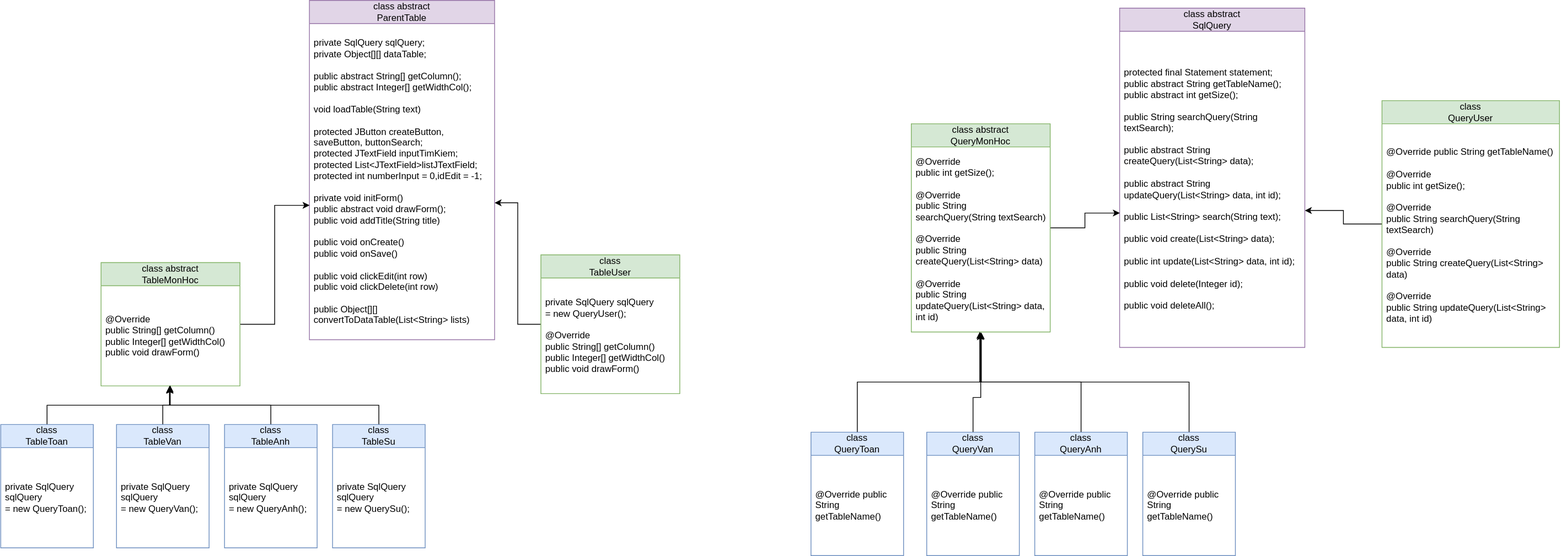
hieubap/BTL_LTNC keeps this draw.io diagram as quan-ly-hoc-sinh.drawio.svg. Above is the earlier version. Source tidied: cells renumbered, new cells last; positions are measured from the earlier drawing's top-left corner, leaving out a move shared by most shapes. Source of this version:
```xml
<mxGraphModel>
  <root>
    <mxCell id="0" />
    <mxCell id="1" parent="0" />
    <mxCell id="2" value="class abstract&lt;br&gt;ParentTable" style="swimlane;fontStyle=0;horizontal=1;startSize=30;whiteSpace=wrap;html=1;fillColor=#e1d5e7;strokeColor=#9673a6;" parent="1" vertex="1">
      <mxGeometry x="400" width="240" height="440" as="geometry" />
    </mxCell>
    <mxCell id="3" value="private SqlQuery sqlQuery; &lt;br&gt;private Object[][] dataTable;&lt;br&gt;&lt;br&gt;public abstract String[] getColumn(); &lt;br&gt;public abstract Integer[] getWidthCol();&lt;br&gt;&lt;br&gt;void loadTable(String text)&lt;br&gt;&lt;br&gt;protected JButton createButton, saveButton, buttonSearch; &lt;br&gt;protected JTextField inputTimKiem; protected List&amp;lt;JTextField&amp;gt;listJTextField; &lt;br&gt;protected int numberInput = 0,idEdit = -1;&lt;br&gt;&lt;br&gt;private void initForm()&lt;br&gt;public abstract void drawForm(); &lt;br&gt;public void addTitle(String title)&lt;br&gt;&lt;br&gt;public void onCreate()&lt;br&gt;public void onSave()&lt;br&gt;&lt;br&gt;public void clickEdit(int row)&lt;br&gt;public void clickDelete(int row)&lt;br&gt;&lt;br&gt;public Object[][] convertToDataTable(List&amp;lt;String&amp;gt; lists)&lt;br&gt;" style="text;strokeColor=none;fillColor=none;align=left;verticalAlign=middle;spacingLeft=4;spacingRight=4;overflow=hidden;points=[[0,0.5],[1,0.5]];portConstraint=eastwest;whiteSpace=wrap;html=1;" parent="2" vertex="1">
      <mxGeometry y="30" width="240" height="410" as="geometry" />
    </mxCell>
    <mxCell id="4" style="edgeStyle=orthogonalEdgeStyle;rounded=0;jettySize=auto;html=1;entryX=0.001;entryY=0.575;entryDx=0;entryDy=0;entryPerimeter=0;" parent="1" edge="1" source="5" target="3">
      <mxGeometry relative="1" as="geometry" />
    </mxCell>
    <mxCell id="5" value="class abstract&lt;br&gt;TableMonHoc" style="swimlane;fontStyle=0;horizontal=1;startSize=30;whiteSpace=wrap;html=1;fillColor=#d5e8d4;strokeColor=#82b366;" parent="1" vertex="1">
      <mxGeometry x="130" y="340" width="180" height="160" as="geometry" />
    </mxCell>
    <mxCell id="6" value="@Override&lt;br&gt;public String[] getColumn()&lt;br&gt;public Integer[] getWidthCol()&lt;br&gt;public void drawForm()&lt;br&gt;" style="text;strokeColor=none;fillColor=none;align=left;verticalAlign=middle;spacingLeft=4;spacingRight=4;overflow=hidden;points=[[0,0.5],[1,0.5]];portConstraint=eastwest;whiteSpace=wrap;html=1;" parent="5" vertex="1">
      <mxGeometry y="30" width="180" height="130" as="geometry" />
    </mxCell>
    <mxCell id="7" style="edgeStyle=orthogonalEdgeStyle;rounded=0;jettySize=auto;html=1;entryX=0.497;entryY=0.993;entryDx=0;entryDy=0;entryPerimeter=0;" parent="1" edge="1" source="8" target="6">
      <mxGeometry relative="1" as="geometry" />
    </mxCell>
    <mxCell id="8" value="class&lt;br&gt;TableToan" style="swimlane;fontStyle=0;horizontal=1;startSize=30;whiteSpace=wrap;html=1;fillColor=#dae8fc;strokeColor=#6c8ebf;" parent="1" vertex="1">
      <mxGeometry y="550" width="120" height="160" as="geometry" />
    </mxCell>
    <mxCell id="9" value="private SqlQuery sqlQuery&lt;br&gt;= new QueryToan();" style="text;strokeColor=none;fillColor=none;align=left;verticalAlign=middle;spacingLeft=4;spacingRight=4;overflow=hidden;whiteSpace=wrap;html=1;" parent="8" vertex="1">
      <mxGeometry y="30" width="120" height="130" as="geometry" />
    </mxCell>
    <mxCell id="10" style="edgeStyle=orthogonalEdgeStyle;rounded=0;jettySize=auto;html=1;entryX=0.497;entryY=1.006;entryDx=0;entryDy=0;entryPerimeter=0;" parent="1" edge="1" source="11" target="6">
      <mxGeometry relative="1" as="geometry" />
    </mxCell>
    <mxCell id="11" value="class&lt;br&gt;TableVan" style="swimlane;fontStyle=0;horizontal=1;startSize=30;whiteSpace=wrap;html=1;fillColor=#dae8fc;strokeColor=#6c8ebf;" parent="1" vertex="1">
      <mxGeometry x="150" y="550" width="120" height="160" as="geometry" />
    </mxCell>
    <mxCell id="12" value="private SqlQuery sqlQuery&lt;br&gt;= new QueryVan();" style="text;strokeColor=none;fillColor=none;align=left;verticalAlign=middle;spacingLeft=4;spacingRight=4;overflow=hidden;whiteSpace=wrap;html=1;" parent="11" vertex="1">
      <mxGeometry y="30" width="120" height="130" as="geometry" />
    </mxCell>
    <mxCell id="13" style="edgeStyle=orthogonalEdgeStyle;rounded=0;jettySize=auto;html=1;entryX=0.493;entryY=1.006;entryDx=0;entryDy=0;entryPerimeter=0;" parent="1" edge="1" source="14" target="6">
      <mxGeometry relative="1" as="geometry" />
    </mxCell>
    <mxCell id="14" value="class&lt;br&gt;TableAnh" style="swimlane;fontStyle=0;horizontal=1;startSize=30;whiteSpace=wrap;html=1;fillColor=#dae8fc;strokeColor=#6c8ebf;" parent="1" vertex="1">
      <mxGeometry x="290" y="550" width="120" height="160" as="geometry" />
    </mxCell>
    <mxCell id="15" value="private SqlQuery sqlQuery&lt;br&gt;= new QueryAnh();" style="text;strokeColor=none;fillColor=none;align=left;verticalAlign=middle;spacingLeft=4;spacingRight=4;overflow=hidden;whiteSpace=wrap;html=1;" parent="14" vertex="1">
      <mxGeometry y="30" width="120" height="130" as="geometry" />
    </mxCell>
    <mxCell id="16" style="edgeStyle=orthogonalEdgeStyle;rounded=0;jettySize=auto;html=1;entryX=0.493;entryY=0.999;entryDx=0;entryDy=0;entryPerimeter=0;" parent="1" edge="1" source="17" target="6">
      <mxGeometry relative="1" as="geometry" />
    </mxCell>
    <mxCell id="17" value="class&lt;br&gt;TableSu" style="swimlane;fontStyle=0;horizontal=1;startSize=30;whiteSpace=wrap;html=1;fillColor=#dae8fc;strokeColor=#6c8ebf;" parent="1" vertex="1">
      <mxGeometry x="430" y="550" width="120" height="160" as="geometry" />
    </mxCell>
    <mxCell id="18" value="private SqlQuery sqlQuery&lt;br&gt;= new QuerySu();" style="text;strokeColor=none;fillColor=none;align=left;verticalAlign=middle;spacingLeft=4;spacingRight=4;overflow=hidden;whiteSpace=wrap;html=1;" parent="17" vertex="1">
      <mxGeometry y="30" width="120" height="130" as="geometry" />
    </mxCell>
    <mxCell id="19" style="edgeStyle=orthogonalEdgeStyle;rounded=0;jettySize=auto;html=1;entryX=1;entryY=0.567;entryDx=0;entryDy=0;entryPerimeter=0;" parent="1" edge="1" source="20" target="3">
      <mxGeometry relative="1" as="geometry" />
    </mxCell>
    <mxCell id="20" value="class&lt;br&gt;TableUser" style="swimlane;fontStyle=0;horizontal=1;startSize=30;whiteSpace=wrap;html=1;fillColor=#d5e8d4;strokeColor=#82b366;" parent="1" vertex="1">
      <mxGeometry x="700" y="330" width="180" height="180" as="geometry" />
    </mxCell>
    <mxCell id="21" value="private SqlQuery sqlQuery&lt;br&gt;= new QueryUser();&lt;br&gt;&lt;br&gt;@Override&lt;br&gt;public String[] getColumn()&lt;br&gt;public Integer[] getWidthCol()&lt;br&gt;public void drawForm()" style="text;strokeColor=none;fillColor=none;align=left;verticalAlign=middle;spacingLeft=4;spacingRight=4;overflow=hidden;whiteSpace=wrap;html=1;" parent="20" vertex="1">
      <mxGeometry y="30" width="180" height="150" as="geometry" />
    </mxCell>
    <mxCell id="22" value="class abstract&lt;br&gt;SqlQuery" style="swimlane;fontStyle=0;horizontal=1;startSize=30;whiteSpace=wrap;html=1;fillColor=#e1d5e7;strokeColor=#9673a6;" parent="1" vertex="1">
      <mxGeometry x="1450" y="10" width="240" height="440" as="geometry" />
    </mxCell>
    <mxCell id="23" value="protected final Statement statement;&lt;br&gt;public abstract String getTableName(); public abstract int getSize(); &lt;br&gt;&lt;br&gt;public String searchQuery(String textSearch);&lt;br&gt;&lt;br&gt;public abstract String createQuery(List&amp;lt;String&amp;gt; data); &lt;br&gt;&lt;br&gt;public abstract String updateQuery(List&amp;lt;String&amp;gt; data, int id);&lt;br&gt;&lt;br&gt;public List&amp;lt;String&amp;gt; search(String text);&lt;br&gt;&lt;br&gt;public void create(List&amp;lt;String&amp;gt; data);&lt;br&gt;&lt;br&gt;public int update(List&amp;lt;String&amp;gt; data, int id);&lt;br&gt;&lt;br&gt;public void delete(Integer id);&lt;br&gt;&lt;br&gt;public void deleteAll();" style="text;strokeColor=none;fillColor=none;align=left;verticalAlign=middle;spacingLeft=4;spacingRight=4;overflow=hidden;points=[[0,0.5],[1,0.5]];portConstraint=eastwest;whiteSpace=wrap;html=1;" parent="22" vertex="1">
      <mxGeometry y="30" width="240" height="410" as="geometry" />
    </mxCell>
    <mxCell id="24" style="edgeStyle=orthogonalEdgeStyle;rounded=0;jettySize=auto;html=1;entryX=0.001;entryY=0.575;entryDx=0;entryDy=0;entryPerimeter=0;" parent="1" edge="1" source="25" target="23">
      <mxGeometry relative="1" as="geometry" />
    </mxCell>
    <mxCell id="25" value="class abstract&lt;br&gt;QueryMonHoc" style="swimlane;fontStyle=0;horizontal=1;startSize=30;whiteSpace=wrap;html=1;fillColor=#d5e8d4;strokeColor=#82b366;" parent="1" vertex="1">
      <mxGeometry x="1180" y="160" width="180" height="270" as="geometry" />
    </mxCell>
    <mxCell id="26" value="@Override &lt;br&gt;public int getSize();&lt;br&gt;&lt;br&gt;@Override&lt;br&gt;public String searchQuery(String textSearch)&lt;br&gt;&lt;br&gt;@Override&lt;br&gt;public String createQuery(List&amp;lt;String&amp;gt; data)&lt;br&gt;&lt;br&gt;@Override&lt;br&gt;public String updateQuery(List&amp;lt;String&amp;gt; data, int id)" style="text;strokeColor=none;fillColor=none;align=left;verticalAlign=middle;spacingLeft=4;spacingRight=4;overflow=hidden;points=[[0,0.5],[1,0.5]];portConstraint=eastwest;whiteSpace=wrap;html=1;" parent="25" vertex="1">
      <mxGeometry y="30" width="180" height="240" as="geometry" />
    </mxCell>
    <mxCell id="27" style="edgeStyle=orthogonalEdgeStyle;rounded=0;jettySize=auto;html=1;entryX=0.498;entryY=1.003;entryDx=0;entryDy=0;entryPerimeter=0;" parent="1" edge="1" source="28" target="26">
      <mxGeometry relative="1" as="geometry" />
    </mxCell>
    <mxCell id="28" value="class&lt;br&gt;QueryToan" style="swimlane;fontStyle=0;horizontal=1;startSize=30;whiteSpace=wrap;html=1;fillColor=#dae8fc;strokeColor=#6c8ebf;" parent="1" vertex="1">
      <mxGeometry x="1050" y="560" width="120" height="160" as="geometry" />
    </mxCell>
    <mxCell id="29" value="@Override public String getTableName()" style="text;strokeColor=none;fillColor=none;align=left;verticalAlign=middle;spacingLeft=4;spacingRight=4;overflow=hidden;whiteSpace=wrap;html=1;" parent="28" vertex="1">
      <mxGeometry y="30" width="120" height="130" as="geometry" />
    </mxCell>
    <mxCell id="30" style="edgeStyle=orthogonalEdgeStyle;rounded=0;jettySize=auto;html=1;entryX=0.497;entryY=1.006;entryDx=0;entryDy=0;entryPerimeter=0;" parent="1" edge="1" source="31" target="26">
      <mxGeometry relative="1" as="geometry">
        <Array as="points">
          <mxPoint x="1260" y="515" />
          <mxPoint x="1270" y="515" />
          <mxPoint x="1270" y="471" />
        </Array>
      </mxGeometry>
    </mxCell>
    <mxCell id="31" value="class&lt;br&gt;QueryVan" style="swimlane;fontStyle=0;horizontal=1;startSize=30;whiteSpace=wrap;html=1;fillColor=#dae8fc;strokeColor=#6c8ebf;" parent="1" vertex="1">
      <mxGeometry x="1200" y="560" width="120" height="160" as="geometry" />
    </mxCell>
    <mxCell id="32" value="@Override public String getTableName()" style="text;strokeColor=none;fillColor=none;align=left;verticalAlign=middle;spacingLeft=4;spacingRight=4;overflow=hidden;whiteSpace=wrap;html=1;" parent="31" vertex="1">
      <mxGeometry y="30" width="120" height="130" as="geometry" />
    </mxCell>
    <mxCell id="33" style="edgeStyle=orthogonalEdgeStyle;rounded=0;jettySize=auto;html=1;entryX=0.504;entryY=1.002;entryDx=0;entryDy=0;entryPerimeter=0;" parent="1" edge="1" source="34" target="26">
      <mxGeometry relative="1" as="geometry" />
    </mxCell>
    <mxCell id="34" value="class&lt;br&gt;QueryAnh" style="swimlane;fontStyle=0;horizontal=1;startSize=30;whiteSpace=wrap;html=1;fillColor=#dae8fc;strokeColor=#6c8ebf;" parent="1" vertex="1">
      <mxGeometry x="1340" y="560" width="120" height="160" as="geometry" />
    </mxCell>
    <mxCell id="35" value="@Override public String getTableName()" style="text;strokeColor=none;fillColor=none;align=left;verticalAlign=middle;spacingLeft=4;spacingRight=4;overflow=hidden;whiteSpace=wrap;html=1;" parent="34" vertex="1">
      <mxGeometry y="30" width="120" height="130" as="geometry" />
    </mxCell>
    <mxCell id="36" style="edgeStyle=orthogonalEdgeStyle;rounded=0;jettySize=auto;html=1;entryX=0.493;entryY=0.999;entryDx=0;entryDy=0;entryPerimeter=0;" parent="1" edge="1" source="37" target="26">
      <mxGeometry relative="1" as="geometry" />
    </mxCell>
    <mxCell id="37" value="class&lt;br&gt;QuerySu" style="swimlane;fontStyle=0;horizontal=1;startSize=30;whiteSpace=wrap;html=1;fillColor=#dae8fc;strokeColor=#6c8ebf;" parent="1" vertex="1">
      <mxGeometry x="1480" y="560" width="120" height="160" as="geometry" />
    </mxCell>
    <mxCell id="38" value="@Override public String getTableName()" style="text;strokeColor=none;fillColor=none;align=left;verticalAlign=middle;spacingLeft=4;spacingRight=4;overflow=hidden;whiteSpace=wrap;html=1;" parent="37" vertex="1">
      <mxGeometry y="30" width="120" height="130" as="geometry" />
    </mxCell>
    <mxCell id="39" style="edgeStyle=orthogonalEdgeStyle;rounded=0;jettySize=auto;html=1;entryX=1;entryY=0.567;entryDx=0;entryDy=0;entryPerimeter=0;" parent="1" edge="1" source="40" target="23">
      <mxGeometry relative="1" as="geometry" />
    </mxCell>
    <mxCell id="40" value="class&lt;br&gt;QueryUser" style="swimlane;fontStyle=0;horizontal=1;startSize=30;whiteSpace=wrap;html=1;fillColor=#d5e8d4;strokeColor=#82b366;" parent="1" vertex="1">
      <mxGeometry x="1790" y="130" width="230" height="320" as="geometry" />
    </mxCell>
    <mxCell id="41" value="@Override public String getTableName()&lt;br&gt;&lt;br&gt;@Override&lt;br&gt;public int getSize();&lt;br&gt;&lt;br&gt;@Override&lt;br&gt;public String searchQuery(String textSearch)&lt;br&gt;&lt;br&gt;@Override&lt;br&gt;public String createQuery(List&amp;lt;String&amp;gt; data)&lt;br&gt;&lt;br&gt;@Override&lt;br&gt;public String updateQuery(List&amp;lt;String&amp;gt; data, int id)" style="text;strokeColor=none;fillColor=none;align=left;verticalAlign=middle;spacingLeft=4;spacingRight=4;overflow=hidden;whiteSpace=wrap;html=1;" parent="40" vertex="1">
      <mxGeometry y="30" width="230" height="290" as="geometry" />
    </mxCell>
  </root>
</mxGraphModel>
```
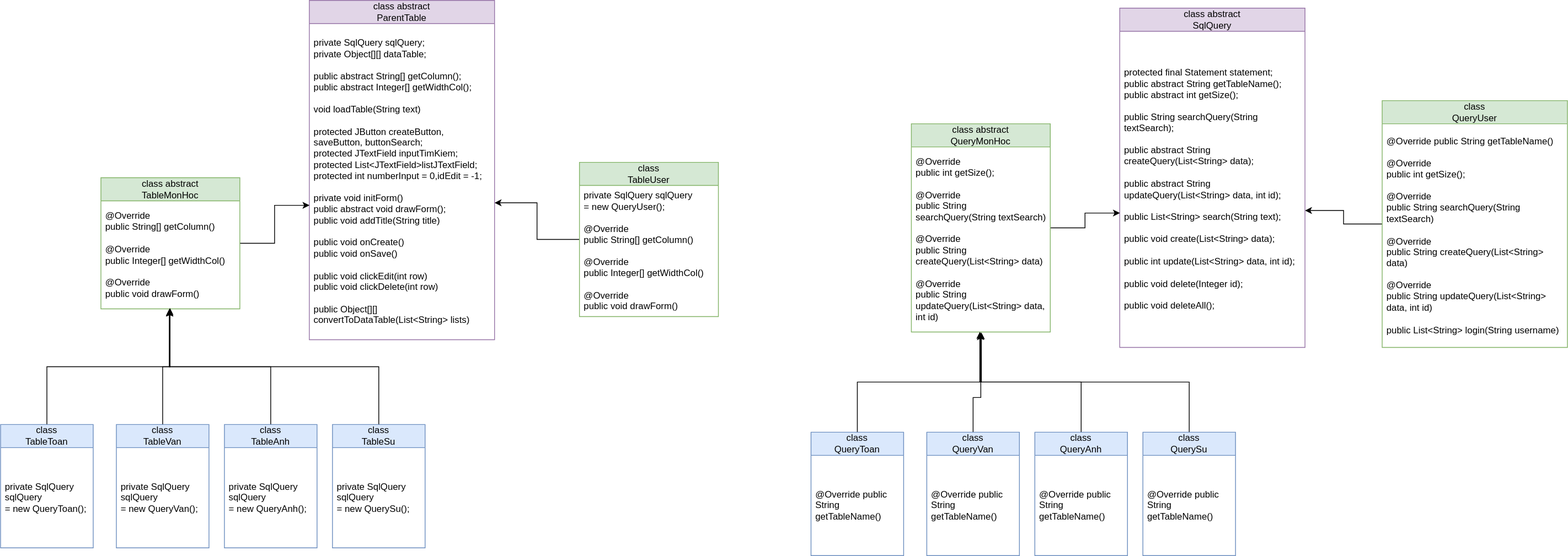
The same file after the commit.

Change to the diagram source:
```diff
@@ -12,10 +12,10 @@
       <mxGeometry relative="1" as="geometry" />
     </mxCell>
     <mxCell id="5" value="class abstract&lt;br&gt;TableMonHoc" style="swimlane;fontStyle=0;horizontal=1;startSize=30;whiteSpace=wrap;html=1;fillColor=#d5e8d4;strokeColor=#82b366;" parent="1" vertex="1">
-      <mxGeometry x="130" y="340" width="180" height="160" as="geometry" />
+      <mxGeometry x="130" y="230" width="180" height="170" as="geometry" />
     </mxCell>
-    <mxCell id="6" value="@Override&lt;br&gt;public String[] getColumn()&lt;br&gt;public Integer[] getWidthCol()&lt;br&gt;public void drawForm()&lt;br&gt;" style="text;strokeColor=none;fillColor=none;align=left;verticalAlign=middle;spacingLeft=4;spacingRight=4;overflow=hidden;points=[[0,0.5],[1,0.5]];portConstraint=eastwest;whiteSpace=wrap;html=1;" parent="5" vertex="1">
-      <mxGeometry y="30" width="180" height="130" as="geometry" />
+    <mxCell id="6" value="@Override&lt;br&gt;public String[] getColumn()&lt;br&gt;&lt;br&gt;@Override&lt;br&gt;public Integer[] getWidthCol()&lt;br&gt;&lt;br&gt;@Override&lt;br&gt;public void drawForm()" style="text;strokeColor=none;fillColor=none;align=left;verticalAlign=middle;spacingLeft=4;spacingRight=4;overflow=hidden;points=[[0,0.5],[1,0.5]];portConstraint=eastwest;whiteSpace=wrap;html=1;" parent="5" vertex="1">
+      <mxGeometry y="30" width="180" height="140" as="geometry" />
     </mxCell>
     <mxCell id="7" style="edgeStyle=orthogonalEdgeStyle;rounded=0;jettySize=auto;html=1;entryX=0.497;entryY=0.993;entryDx=0;entryDy=0;entryPerimeter=0;" parent="1" edge="1" source="8" target="6">
       <mxGeometry relative="1" as="geometry" />
@@ -57,10 +57,10 @@
       <mxGeometry relative="1" as="geometry" />
     </mxCell>
     <mxCell id="20" value="class&lt;br&gt;TableUser" style="swimlane;fontStyle=0;horizontal=1;startSize=30;whiteSpace=wrap;html=1;fillColor=#d5e8d4;strokeColor=#82b366;" parent="1" vertex="1">
-      <mxGeometry x="700" y="330" width="180" height="180" as="geometry" />
+      <mxGeometry x="750" y="210" width="180" height="200" as="geometry" />
     </mxCell>
-    <mxCell id="21" value="private SqlQuery sqlQuery&lt;br&gt;= new QueryUser();&lt;br&gt;&lt;br&gt;@Override&lt;br&gt;public String[] getColumn()&lt;br&gt;public Integer[] getWidthCol()&lt;br&gt;public void drawForm()" style="text;strokeColor=none;fillColor=none;align=left;verticalAlign=middle;spacingLeft=4;spacingRight=4;overflow=hidden;whiteSpace=wrap;html=1;" parent="20" vertex="1">
-      <mxGeometry y="30" width="180" height="150" as="geometry" />
+    <mxCell id="21" value="private SqlQuery sqlQuery&lt;br&gt;= new QueryUser();&lt;br&gt;&lt;br&gt;@Override&lt;br&gt;public String[] getColumn()&lt;br&gt;&lt;br&gt;@Override&lt;br&gt;public Integer[] getWidthCol()&lt;br&gt;&lt;br&gt;@Override&lt;br&gt;public void drawForm()" style="text;strokeColor=none;fillColor=none;align=left;verticalAlign=middle;spacingLeft=4;spacingRight=4;overflow=hidden;whiteSpace=wrap;html=1;" parent="20" vertex="1">
+      <mxGeometry y="30" width="180" height="170" as="geometry" />
     </mxCell>
     <mxCell id="22" value="class abstract&lt;br&gt;SqlQuery" style="swimlane;fontStyle=0;horizontal=1;startSize=30;whiteSpace=wrap;html=1;fillColor=#e1d5e7;strokeColor=#9673a6;" parent="1" vertex="1">
       <mxGeometry x="1450" y="10" width="240" height="440" as="geometry" />
@@ -123,10 +123,10 @@
       <mxGeometry relative="1" as="geometry" />
     </mxCell>
     <mxCell id="40" value="class&lt;br&gt;QueryUser" style="swimlane;fontStyle=0;horizontal=1;startSize=30;whiteSpace=wrap;html=1;fillColor=#d5e8d4;strokeColor=#82b366;" parent="1" vertex="1">
-      <mxGeometry x="1790" y="130" width="230" height="320" as="geometry" />
+      <mxGeometry x="1790" y="130" width="240" height="320" as="geometry" />
     </mxCell>
-    <mxCell id="41" value="@Override public String getTableName()&lt;br&gt;&lt;br&gt;@Override&lt;br&gt;public int getSize();&lt;br&gt;&lt;br&gt;@Override&lt;br&gt;public String searchQuery(String textSearch)&lt;br&gt;&lt;br&gt;@Override&lt;br&gt;public String createQuery(List&amp;lt;String&amp;gt; data)&lt;br&gt;&lt;br&gt;@Override&lt;br&gt;public String updateQuery(List&amp;lt;String&amp;gt; data, int id)" style="text;strokeColor=none;fillColor=none;align=left;verticalAlign=middle;spacingLeft=4;spacingRight=4;overflow=hidden;whiteSpace=wrap;html=1;" parent="40" vertex="1">
-      <mxGeometry y="30" width="230" height="290" as="geometry" />
+    <mxCell id="41" value="@Override public String getTableName()&lt;br&gt;&lt;br&gt;@Override&lt;br&gt;public int getSize();&lt;br&gt;&lt;br&gt;@Override&lt;br&gt;public String searchQuery(String textSearch)&lt;br&gt;&lt;br&gt;@Override&lt;br&gt;public String createQuery(List&amp;lt;String&amp;gt; data)&lt;br&gt;&lt;br&gt;@Override&lt;br&gt;public String updateQuery(List&amp;lt;String&amp;gt; data, int id)&lt;br&gt;&lt;br&gt;public List&amp;lt;String&amp;gt; login(String username)" style="text;strokeColor=none;fillColor=none;align=left;verticalAlign=middle;spacingLeft=4;spacingRight=4;overflow=hidden;whiteSpace=wrap;html=1;" parent="40" vertex="1">
+      <mxGeometry y="30" width="240" height="290" as="geometry" />
     </mxCell>
   </root>
 </mxGraphModel>
```
